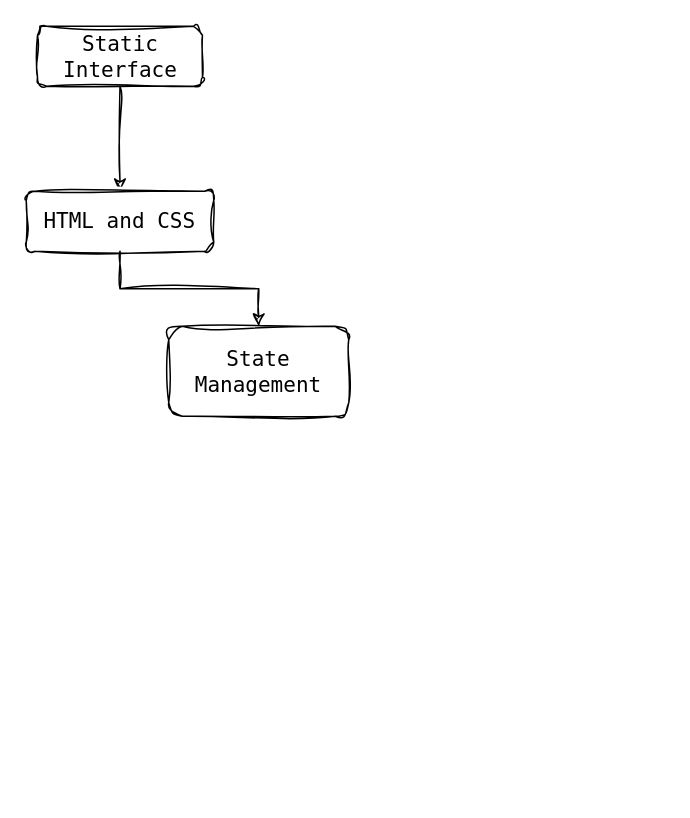
Earlier version of the draw.io diagram page "STEPS" (2 of 2) of design_flowchart.drawio (billybenntt/portfolio-project-5-ip_address_tracker). Source tidied: cells renumbered, new cells numbered last; positions are measured from the earlier drawing's top-left corner, leaving out a move shared by most shapes. Both pictures are drawn from the tidied source at 150%, with x=0, y=0 at pixel (26, 26).
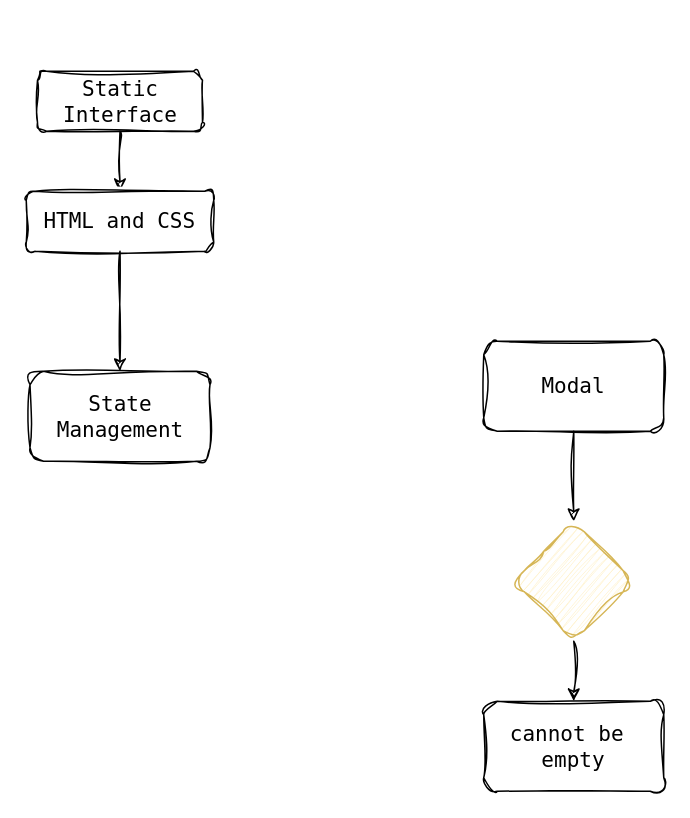
Above is the later version.

The edit, as a diff of the source:
```diff
@@
 <mxGraphModel>
   <root>
     <mxCell id="0" />
     <mxCell id="1" parent="0" />
     <mxCell id="2" style="edgeStyle=orthogonalEdgeStyle;rounded=0;sketch=1;hachureGap=4;jiggle=2;curveFitting=1;jettySize=auto;html=1;fontFamily=Architects Daughter;fontSize=16;" parent="1" edge="1" source="3" target="5">
       <mxGeometry relative="1" as="geometry" />
     </mxCell>
     <mxCell id="3" value="Static Interface" style="rounded=1;whiteSpace=wrap;html=1;sketch=1;hachureGap=4;jiggle=2;curveFitting=1;fontFamily=Lucida Console;fontSize=14;" parent="1" vertex="1">
-      <mxGeometry x="7.5" width="110" height="40" as="geometry" />
+      <mxGeometry x="7.5" y="30" width="110" height="40" as="geometry" />
     </mxCell>
     <mxCell id="4" style="edgeStyle=orthogonalEdgeStyle;rounded=0;sketch=1;hachureGap=4;jiggle=2;curveFitting=1;jettySize=auto;html=1;fontFamily=Architects Daughter;fontSize=16;" parent="1" edge="1" source="5" target="6">
       <mxGeometry relative="1" as="geometry" />
     </mxCell>
     <mxCell id="5" value="HTML and CSS" style="whiteSpace=wrap;html=1;fontSize=14;fontFamily=Lucida Console;rounded=1;sketch=1;hachureGap=4;jiggle=2;curveFitting=1;" parent="1" vertex="1">
       <mxGeometry y="110" width="125" height="40" as="geometry" />
     </mxCell>
     <mxCell id="6" value="State&lt;br&gt;Management" style="whiteSpace=wrap;html=1;fontSize=14;fontFamily=Lucida Console;rounded=1;sketch=1;hachureGap=4;jiggle=2;curveFitting=1;" parent="1" vertex="1">
-      <mxGeometry x="95" y="200" width="120" height="60" as="geometry" />
+      <mxGeometry x="2.5" y="230" width="120" height="60" as="geometry" />
     </mxCell>
+    <mxCell id="7" style="edgeStyle=orthogonalEdgeStyle;sketch=1;hachureGap=4;jiggle=2;curveFitting=1;jettySize=auto;html=1;fontFamily=Architects Daughter;fontSize=16;" parent="1" edge="1" source="8" target="10">
+      <mxGeometry relative="1" as="geometry" />
+    </mxCell>
+    <mxCell id="8" value="Modal" style="whiteSpace=wrap;html=1;fontSize=14;fontFamily=Lucida Console;rounded=1;sketch=1;hachureGap=4;jiggle=2;curveFitting=1;" parent="1" vertex="1">
+      <mxGeometry x="305" y="210" width="120" height="60" as="geometry" />
+    </mxCell>
+    <mxCell id="9" style="edgeStyle=orthogonalEdgeStyle;sketch=1;hachureGap=4;jiggle=2;curveFitting=1;jettySize=auto;html=1;fontFamily=Architects Daughter;fontSize=16;" parent="1" edge="1" source="10" target="11">
+      <mxGeometry relative="1" as="geometry" />
+    </mxCell>
+    <mxCell id="10" style="rhombus;whiteSpace=wrap;html=1;fontSize=14;fontFamily=Lucida Console;rounded=1;sketch=1;hachureGap=4;jiggle=2;curveFitting=1;fillColor=#fff2cc;strokeColor=#d6b656;" parent="1" vertex="1">
+      <mxGeometry x="325" y="330" width="80" height="80" as="geometry" />
+    </mxCell>
+    <mxCell id="11" value="cannot be&amp;nbsp;&lt;br&gt;empty" style="whiteSpace=wrap;html=1;fontSize=14;fontFamily=Lucida Console;rounded=1;sketch=1;hachureGap=4;jiggle=2;curveFitting=1;" parent="1" vertex="1">
+      <mxGeometry x="305" y="450" width="120" height="60" as="geometry" />
+    </mxCell>
   </root>
 </mxGraphModel>
```
